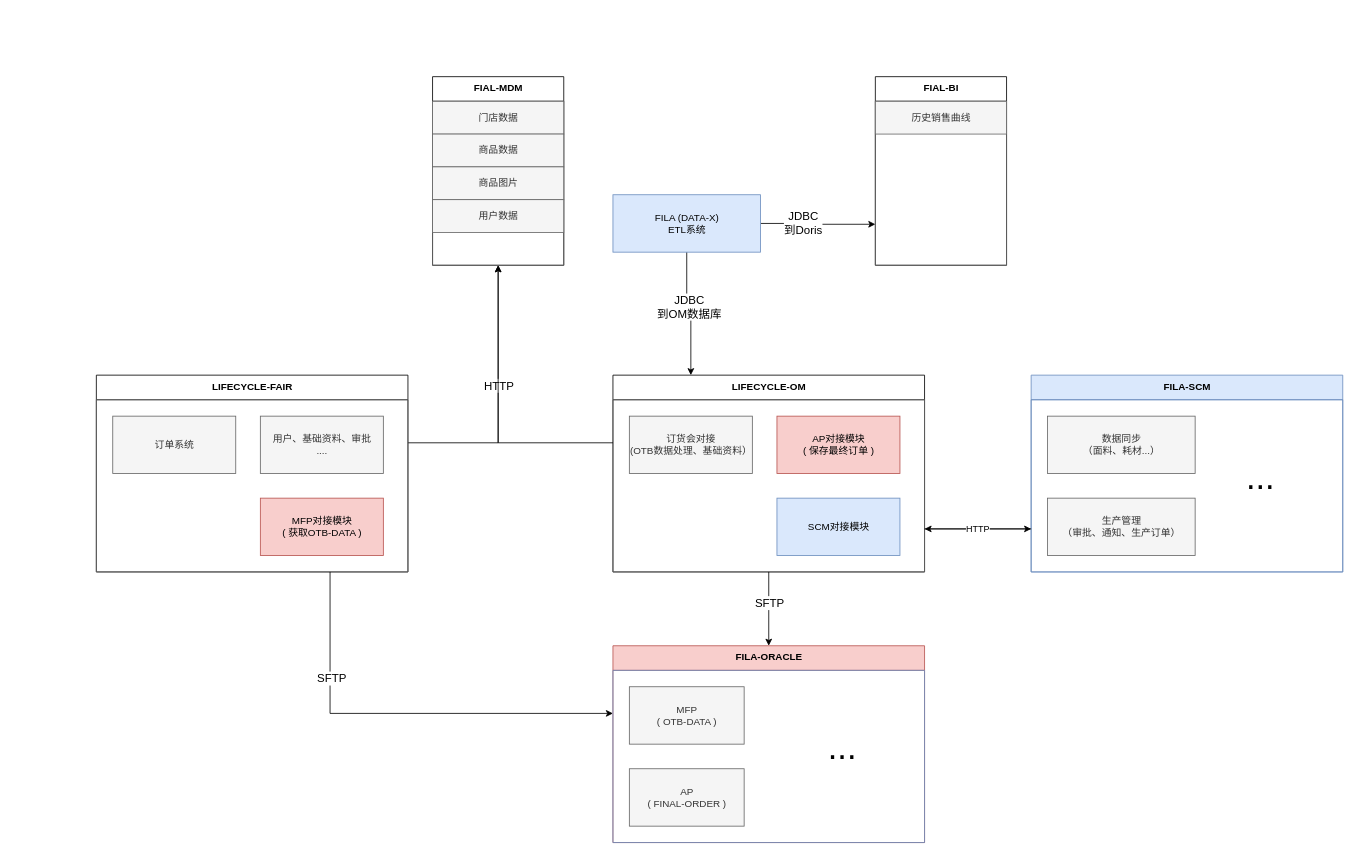
This is (FILA)数据集成.drawio from tianyaxiangdong/drawio, a draw.io file, before an edit. Source tidied: cells renumbered, new cells numbered last; positions are measured from the earlier drawing's top-left corner, leaving out a move shared by most shapes. Both pictures are drawn from the tidied source at 82%, with x=0, y=0 at pixel (96, 76).
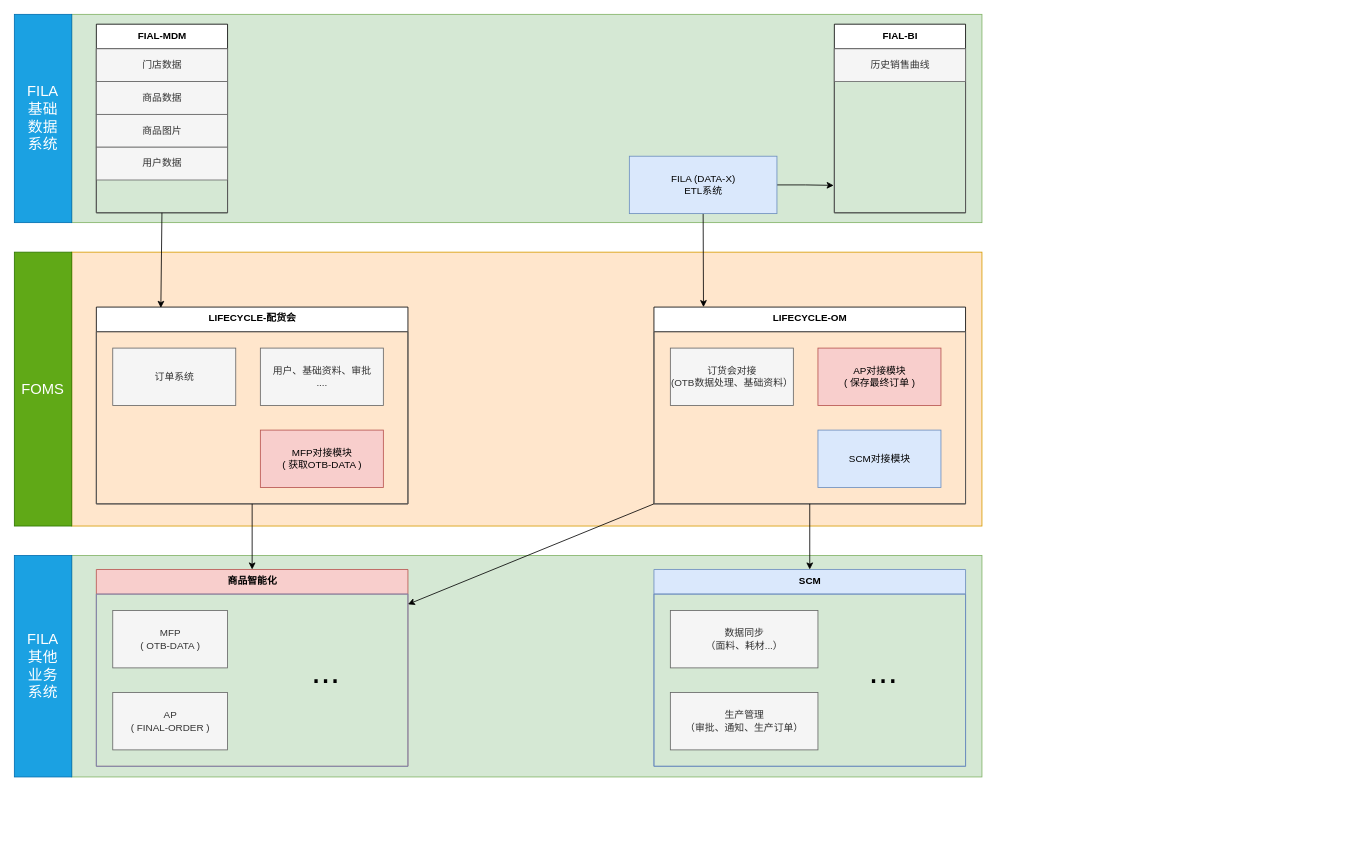
The same page after the edit.

Unchanged cells that the change refers to:
```xml
<mxCell id="3" style="swimlane;fontStyle=1;align=center;verticalAlign=top;horizontal=1;startSize=0;html=1;strokeColor=#666666;fillColor=#f5f5f5;fontColor=#333333;" parent="2" vertex="1">
  <mxGeometry y="30" width="160" height="200" as="geometry" />
</mxCell>
<mxCell id="9" style="swimlane;fontStyle=1;align=center;verticalAlign=top;horizontal=1;startSize=0;html=1;strokeColor=#666666;fillColor=#f5f5f5;fontColor=#333333;" parent="8" vertex="1">
  <mxGeometry y="30" width="160" height="200" as="geometry" />
</mxCell>
<mxCell id="12" style="swimlane;fontStyle=1;align=center;verticalAlign=top;horizontal=1;startSize=0;html=1;strokeColor=#6c8ebf;fillColor=#dae8fc;" parent="11" vertex="1">
  <mxGeometry y="30" width="380" height="210" as="geometry" />
</mxCell>
<mxCell id="17" style="swimlane;fontStyle=1;align=center;verticalAlign=top;horizontal=1;startSize=0;html=1;strokeColor=#666666;fillColor=#f5f5f5;fontColor=#333333;" parent="16" vertex="1">
  <mxGeometry y="30" width="380" height="210" as="geometry" />
</mxCell>
<mxCell id="25" style="swimlane;fontStyle=1;align=center;verticalAlign=top;horizontal=1;startSize=0;html=1;strokeColor=#6c8ebf;fillColor=#dae8fc;" parent="24" vertex="1">
  <mxGeometry y="30" width="380" height="210" as="geometry" />
</mxCell>
<mxCell id="34" style="swimlane;fontStyle=1;align=center;verticalAlign=top;horizontal=1;startSize=0;html=1;strokeColor=#666666;fillColor=#f5f5f5;fontColor=#333333;" parent="33" vertex="1">
  <mxGeometry y="30" width="380" height="210" as="geometry" />
</mxCell>
```

Diff of the diagram source:
```diff
@@
+    <mxCell id="46" style="rounded=0;whiteSpace=wrap;html=1;fontSize=14;fillColor=#ffe6cc;strokeColor=#d79b00;" parent="1" vertex="1">
+      <mxGeometry x="-30" y="214" width="1110" height="334" as="geometry" />
+    </mxCell>
+    <mxCell id="47" style="rounded=0;whiteSpace=wrap;html=1;fontSize=14;fillColor=#d5e8d4;strokeColor=#82b366;" parent="1" vertex="1">
+      <mxGeometry x="-30" y="584" width="1110" height="270" as="geometry" />
+    </mxCell>
+    <mxCell id="48" style="rounded=0;whiteSpace=wrap;html=1;fontSize=14;fillColor=#d5e8d4;strokeColor=#82b366;" parent="1" vertex="1">
+      <mxGeometry x="-30" y="-76" width="1110" height="254" as="geometry" />
+    </mxCell>
     <mxCell id="2" value="FIAL-MDM" style="swimlane;fontStyle=1;align=center;verticalAlign=top;horizontal=1;startSize=30;html=1;" parent="1" vertex="1">
-      <mxGeometry x="410" width="160" height="230" as="geometry" />
+      <mxGeometry y="-64" width="160" height="230" as="geometry" />
     </mxCell>
@@
     <mxCell id="8" value="FIAL-BI" style="swimlane;fontStyle=1;align=center;verticalAlign=top;horizontal=1;startSize=30;html=1;" parent="1" vertex="1">
-      <mxGeometry x="950" width="160" height="230" as="geometry" />
+      <mxGeometry x="900" y="-64" width="160" height="230" as="geometry" />
     </mxCell>
@@
-    <mxCell id="11" value="FILA-SCM" style="swimlane;fontStyle=1;align=center;verticalAlign=top;horizontal=1;startSize=30;html=1;fillColor=#dae8fc;strokeColor=#6c8ebf;" parent="1" vertex="1">
-      <mxGeometry x="1140" y="364" width="380" height="240" as="geometry" />
+    <mxCell id="11" value="SCM" style="swimlane;fontStyle=1;align=center;verticalAlign=top;horizontal=1;startSize=30;html=1;fillColor=#dae8fc;strokeColor=#6c8ebf;" parent="1" vertex="1">
+      <mxGeometry x="680" y="601" width="380" height="240" as="geometry" />
     </mxCell>
@@
     <mxCell id="16" value="LIFECYCLE-OM" style="swimlane;fontStyle=1;align=center;verticalAlign=top;horizontal=1;startSize=30;html=1;" parent="1" vertex="1">
-      <mxGeometry x="630" y="364" width="380" height="240" as="geometry" />
+      <mxGeometry x="680" y="281" width="380" height="240" as="geometry" />
     </mxCell>
@@
-    <mxCell id="21" style="edgeStyle=orthogonalEdgeStyle;rounded=0;jettySize=auto;html=1;exitX=0;exitY=0.75;exitDx=0;exitDy=0;entryX=1;entryY=0.75;entryDx=0;entryDy=0;" parent="1" edge="1" source="12" target="17">
-      <mxGeometry relative="1" as="geometry" />
-    </mxCell>
-    <mxCell id="22" style="edgeStyle=orthogonalEdgeStyle;rounded=0;jettySize=auto;html=1;exitX=1;exitY=0.75;exitDx=0;exitDy=0;entryX=0;entryY=0.75;entryDx=0;entryDy=0;" parent="1" edge="1" source="17" target="12">
-      <mxGeometry relative="1" as="geometry" />
-    </mxCell>
-    <mxCell id="23" value="HTTP" style="edgeLabel;html=1;align=center;verticalAlign=middle;" parent="22" vertex="1">
-      <mxGeometry x="-0.01" relative="1" as="geometry" />
-    </mxCell>
-    <mxCell id="24" value="FILA-ORACLE" style="swimlane;fontStyle=1;align=center;verticalAlign=top;horizontal=1;startSize=30;html=1;fillColor=#f8cecc;strokeColor=#b85450;" parent="1" vertex="1">
-      <mxGeometry x="630" y="694" width="380" height="240" as="geometry" />
+    <mxCell id="24" value="商品智能化" style="swimlane;fontStyle=1;align=center;verticalAlign=top;horizontal=1;startSize=30;html=1;fillColor=#f8cecc;strokeColor=#b85450;" parent="1" vertex="1">
+      <mxGeometry y="601" width="380" height="240" as="geometry" />
     </mxCell>
@@
-    <mxCell id="29" style="edgeStyle=orthogonalEdgeStyle;rounded=0;jettySize=auto;html=1;exitX=0.5;exitY=1;exitDx=0;exitDy=0;fontSize=42;" parent="1" edge="1" source="17" target="24">
-      <mxGeometry relative="1" as="geometry" />
-    </mxCell>
-    <mxCell id="30" value="SFTP" style="edgeLabel;html=1;align=center;verticalAlign=middle;fontSize=14;" parent="29" vertex="1">
-      <mxGeometry x="-0.17" y="5" relative="1" as="geometry">
-        <mxPoint x="-5" as="offset" />
-      </mxGeometry>
-    </mxCell>
-    <mxCell id="31" style="edgeStyle=orthogonalEdgeStyle;rounded=0;jettySize=auto;html=1;exitX=1;exitY=0.25;exitDx=0;exitDy=0;entryX=0.5;entryY=1;entryDx=0;entryDy=0;fontSize=14;" parent="1" edge="1" source="34" target="3">
-      <mxGeometry relative="1" as="geometry" />
-    </mxCell>
-    <mxCell id="32" value="HTTP" style="edgeLabel;html=1;align=center;verticalAlign=middle;fontSize=14;" parent="31" vertex="1">
-      <mxGeometry x="0.1" relative="1" as="geometry" />
-    </mxCell>
-    <mxCell id="33" value="LIFECYCLE-FAIR" style="swimlane;fontStyle=1;align=center;verticalAlign=top;horizontal=1;startSize=30;html=1;" parent="1" vertex="1">
-      <mxGeometry y="364" width="380" height="240" as="geometry" />
+    <mxCell id="33" value="LIFECYCLE-配货会" style="swimlane;fontStyle=1;align=center;verticalAlign=top;horizontal=1;startSize=30;html=1;" parent="1" vertex="1">
+      <mxGeometry y="281" width="380" height="240" as="geometry" />
     </mxCell>
@@
-    <mxCell id="38" style="edgeStyle=orthogonalEdgeStyle;rounded=0;jettySize=auto;html=1;exitX=0.75;exitY=1;exitDx=0;exitDy=0;entryX=0;entryY=0.25;entryDx=0;entryDy=0;fontSize=14;" parent="1" edge="1" source="34" target="25">
-      <mxGeometry relative="1" as="geometry" />
-    </mxCell>
-    <mxCell id="39" value="SFTP" style="edgeLabel;html=1;align=center;verticalAlign=middle;fontSize=14;" parent="38" vertex="1">
-      <mxGeometry x="-0.5" y="1" relative="1" as="geometry" />
-    </mxCell>
+    <mxCell id="42" style="edgeStyle=orthogonalEdgeStyle;rounded=0;jettySize=auto;html=1;exitX=1;exitY=0.5;exitDx=0;exitDy=0;entryX=-0.005;entryY=0.833;entryDx=0;entryDy=0;fontSize=14;entryPerimeter=0;" parent="1" edge="1" source="44" target="9">
+      <mxGeometry relative="1" as="geometry" />
+    </mxCell>
-    <mxCell id="40" style="edgeStyle=orthogonalEdgeStyle;rounded=0;jettySize=auto;html=1;exitX=0.5;exitY=1;exitDx=0;exitDy=0;entryX=0.25;entryY=0;entryDx=0;entryDy=0;fontSize=14;" parent="1" edge="1" source="44" target="16">
+    <mxCell id="40" style="edgeStyle=none;rounded=0;jettySize=auto;html=1;exitX=0.5;exitY=1;exitDx=0;exitDy=0;entryX=0.159;entryY=0;entryDx=0;entryDy=0;entryPerimeter=0;fontSize=14;" parent="1" edge="1" source="44" target="16">
       <mxGeometry relative="1" as="geometry" />
     </mxCell>
-    <mxCell id="41" value="JDBC&lt;br&gt;到OM数据库" style="edgeLabel;html=1;align=center;verticalAlign=middle;fontSize=14;" parent="40" vertex="1">
-      <mxGeometry x="-0.15" y="2" relative="1" as="geometry" />
-    </mxCell>
-    <mxCell id="42" style="edgeStyle=orthogonalEdgeStyle;rounded=0;jettySize=auto;html=1;exitX=1;exitY=0.5;exitDx=0;exitDy=0;entryX=0;entryY=0.75;entryDx=0;entryDy=0;fontSize=14;" parent="1" edge="1" source="44" target="9">
-      <mxGeometry relative="1" as="geometry" />
-    </mxCell>
-    <mxCell id="43" value="JDBC&lt;br&gt;到Doris" style="edgeLabel;html=1;align=center;verticalAlign=middle;fontSize=14;" parent="42" vertex="1">
-      <mxGeometry x="-0.27" y="2" relative="1" as="geometry" />
-    </mxCell>
     <mxCell id="44" value="FILA (DATA-X)&lt;br&gt;ETL系统" style="html=1;align=center;verticalAlign=middle;fillColor=#dae8fc;strokeColor=#6c8ebf;" parent="1" vertex="1">
-      <mxGeometry x="630" y="144" width="180" height="70" as="geometry" />
+      <mxGeometry x="650" y="97" width="180" height="70" as="geometry" />
     </mxCell>
-    <mxCell id="45" style="edgeStyle=orthogonalEdgeStyle;rounded=0;jettySize=auto;html=1;exitX=0;exitY=0.25;exitDx=0;exitDy=0;entryX=0.5;entryY=1;entryDx=0;entryDy=0;fontSize=14;" parent="1" edge="1" source="17" target="3">
-      <mxGeometry relative="1" as="geometry" />
-    </mxCell>
+    <mxCell id="49" style="edgeStyle=none;rounded=0;jettySize=auto;html=1;exitX=0.5;exitY=1;exitDx=0;exitDy=0;fontSize=14;" parent="1" edge="1" source="17" target="11">
+      <mxGeometry relative="1" as="geometry" />
+    </mxCell>
+    <mxCell id="29" style="edgeStyle=none;rounded=0;jettySize=auto;html=1;exitX=0;exitY=1;exitDx=0;exitDy=0;fontSize=14;" parent="1" edge="1" source="17" target="24">
+      <mxGeometry relative="1" as="geometry" />
+    </mxCell>
+    <mxCell id="50" style="edgeStyle=none;rounded=0;jettySize=auto;html=1;exitX=0.5;exitY=1;exitDx=0;exitDy=0;fontSize=14;" parent="1" edge="1" source="34" target="24">
+      <mxGeometry relative="1" as="geometry" />
+    </mxCell>
+    <mxCell id="51" style="edgeStyle=none;rounded=0;jettySize=auto;html=1;exitX=0.5;exitY=1;exitDx=0;exitDy=0;fontSize=14;entryX=0.207;entryY=0.004;entryDx=0;entryDy=0;entryPerimeter=0;" parent="1" edge="1" source="3" target="33">
+      <mxGeometry relative="1" as="geometry" />
+    </mxCell>
+    <mxCell id="52" value="FILA&lt;br style=&quot;font-size: 18px;&quot;&gt;其他&lt;br style=&quot;font-size: 18px;&quot;&gt;业务&lt;br style=&quot;font-size: 18px;&quot;&gt;系统" style="rounded=0;whiteSpace=wrap;html=1;fontSize=18;fillColor=#1ba1e2;strokeColor=#006EAF;fontColor=#ffffff;" parent="1" vertex="1">
+      <mxGeometry x="-100" y="584" width="70" height="270" as="geometry" />
+    </mxCell>
+    <mxCell id="53" value="FOMS" style="rounded=0;whiteSpace=wrap;html=1;fontSize=18;fillColor=#60a917;strokeColor=#2D7600;fontColor=#ffffff;" parent="1" vertex="1">
+      <mxGeometry x="-100" y="214" width="70" height="334" as="geometry" />
+    </mxCell>
+    <mxCell id="54" value="FILA&lt;br&gt;基础&lt;br&gt;数据&lt;br&gt;系统" style="rounded=0;whiteSpace=wrap;html=1;fontSize=18;fillColor=#1ba1e2;strokeColor=#006EAF;fontColor=#ffffff;" parent="1" vertex="1">
+      <mxGeometry x="-100" y="-76" width="70" height="254" as="geometry" />
+    </mxCell>
```
